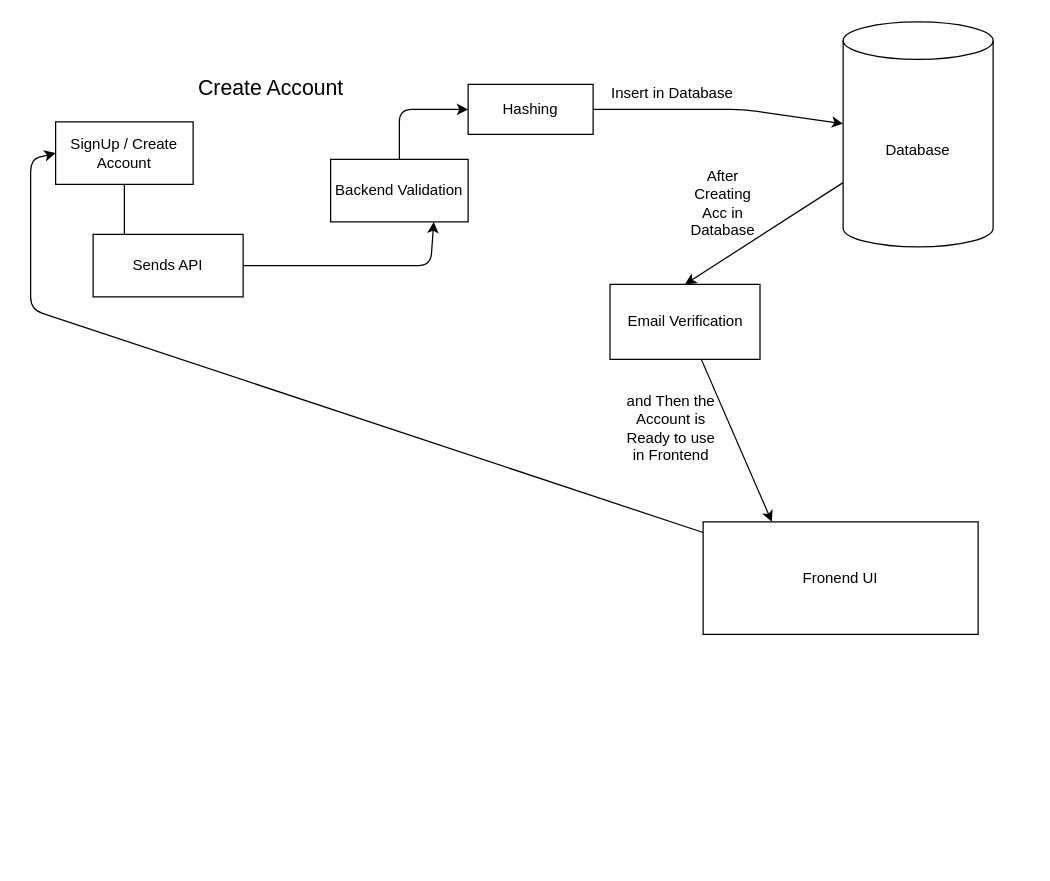
Lawrenzzzzz/uni-lab keeps this draw.io diagram as page "Page-1" (1 of 2) of unilab/backend-workflow.drawio. Above is the earlier version. Source tidied: cells renumbered, new cells numbered last; positions are measured from the earlier drawing's top-left corner, leaving out a move shared by most shapes. Both pictures are drawn from the tidied source at 125%, with x=0, y=0 at pixel (30, 21).
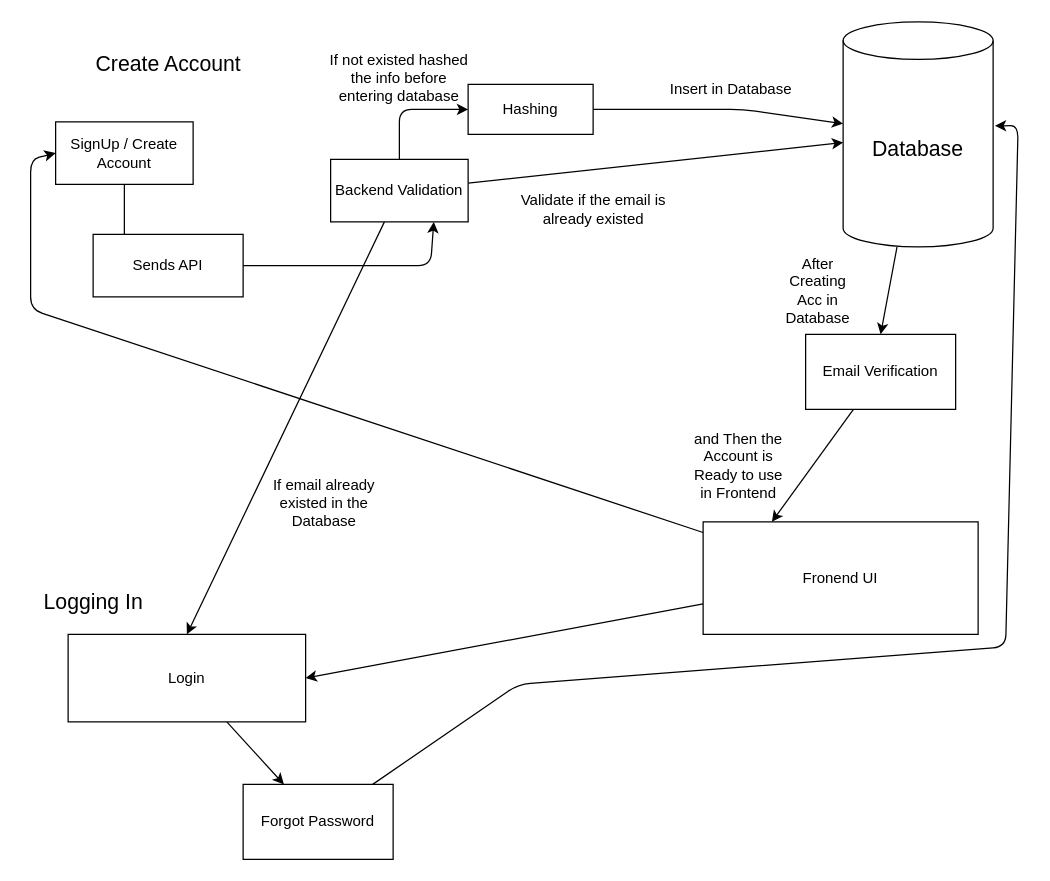
After the change.

The change refers to these unchanged cells:
```xml
<mxCell id="9" value="Backend Validation" style="rounded=0;whiteSpace=wrap;html=1;" parent="1" vertex="1">
  <mxGeometry x="240" y="110" width="110" height="50" as="geometry" />
</mxCell>
<mxCell id="15" value="Fronend UI" style="rounded=0;whiteSpace=wrap;html=1;" parent="1" vertex="1">
  <mxGeometry x="538" y="400" width="220" height="90" as="geometry" />
</mxCell>
```

The edit, as a diff of the source:
```diff
@@
-    <mxCell id="5" value="Database" style="shape=cylinder3;whiteSpace=wrap;html=1;boundedLbl=1;backgroundOutline=1;size=15;" parent="1" vertex="1">
+    <mxCell id="5" value="&lt;font style=&quot;font-size: 17px;&quot;&gt;Database&lt;/font&gt;" style="shape=cylinder3;whiteSpace=wrap;html=1;boundedLbl=1;backgroundOutline=1;size=15;" parent="1" vertex="1">
       <mxGeometry x="650" width="120" height="180" as="geometry" />
     </mxCell>
@@
+    <mxCell id="20" style="edgeStyle=none;html=1;" parent="1" edge="1" source="9" target="5">
+      <mxGeometry relative="1" as="geometry" />
+    </mxCell>
+    <mxCell id="21" style="edgeStyle=none;html=1;entryX=0.5;entryY=0;entryDx=0;entryDy=0;" parent="1" edge="1" source="9" target="26">
+      <mxGeometry relative="1" as="geometry" />
+    </mxCell>
@@
     <mxCell id="12" value="Insert in Database" style="text;html=1;align=center;verticalAlign=middle;strokeColor=none;fillColor=none;" parent="1" vertex="1">
-      <mxGeometry x="453" y="42" width="120" height="30" as="geometry" />
+      <mxGeometry x="500" y="39" width="120" height="30" as="geometry" />
     </mxCell>
     <mxCell id="13" value="&lt;font style=&quot;font-size: 17px;&quot;&gt;Create Account&lt;/font&gt;" style="text;html=1;align=center;verticalAlign=middle;strokeColor=none;fillColor=none;" parent="1" vertex="1">
-      <mxGeometry x="122" y="39" width="140" height="30" as="geometry" />
+      <mxGeometry x="40" y="20" width="140" height="30" as="geometry" />
     </mxCell>
@@
+    <mxCell id="22" style="edgeStyle=none;html=1;entryX=1;entryY=0.5;entryDx=0;entryDy=0;" parent="1" edge="1" source="15" target="26">
+      <mxGeometry relative="1" as="geometry" />
+    </mxCell>
@@
     <mxCell id="17" value="Email Verification" style="rounded=0;whiteSpace=wrap;html=1;" parent="1" vertex="1">
-      <mxGeometry x="463.5" y="210" width="120" height="60" as="geometry" />
+      <mxGeometry x="620" y="250" width="120" height="60" as="geometry" />
     </mxCell>
     <mxCell id="18" value="After Creating Acc in Database" style="text;html=1;align=center;verticalAlign=middle;whiteSpace=wrap;rounded=0;" parent="1" vertex="1">
-      <mxGeometry x="523.5" y="130" width="60" height="30" as="geometry" />
+      <mxGeometry x="600" y="200" width="60" height="30" as="geometry" />
     </mxCell>
     <mxCell id="19" value="and Then the Account is Ready to use in Frontend" style="text;html=1;align=center;verticalAlign=middle;whiteSpace=wrap;rounded=0;" parent="1" vertex="1">
-      <mxGeometry x="475.5" y="310" width="73" height="30" as="geometry" />
+      <mxGeometry x="530" y="340" width="73" height="30" as="geometry" />
     </mxCell>
+    <mxCell id="23" value="Validate if the email is&lt;div&gt;already existed&lt;/div&gt;" style="text;html=1;align=center;verticalAlign=middle;strokeColor=none;fillColor=none;" parent="1" vertex="1">
+      <mxGeometry x="380" y="130" width="140" height="40" as="geometry" />
+    </mxCell>
+    <mxCell id="24" value="If not existed hashed the info before entering database" style="text;html=1;align=center;verticalAlign=middle;whiteSpace=wrap;rounded=0;" parent="1" vertex="1">
+      <mxGeometry x="235" y="30" width="120" height="30" as="geometry" />
+    </mxCell>
+    <mxCell id="25" style="edgeStyle=none;html=1;" parent="1" edge="1" source="26" target="28">
+      <mxGeometry relative="1" as="geometry" />
+    </mxCell>
+    <mxCell id="26" value="Login" style="rounded=0;whiteSpace=wrap;html=1;" parent="1" vertex="1">
+      <mxGeometry x="30" y="490" width="190" height="70" as="geometry" />
+    </mxCell>
+    <mxCell id="27" value="If email already existed in the Database" style="text;html=1;align=center;verticalAlign=middle;whiteSpace=wrap;rounded=0;" parent="1" vertex="1">
+      <mxGeometry x="180" y="370" width="110" height="30" as="geometry" />
+    </mxCell>
+    <mxCell id="28" value="Forgot Password" style="rounded=0;whiteSpace=wrap;html=1;" parent="1" vertex="1">
+      <mxGeometry x="170" y="610" width="120" height="60" as="geometry" />
+    </mxCell>
+    <mxCell id="29" style="edgeStyle=none;html=1;entryX=1.012;entryY=0.462;entryDx=0;entryDy=0;entryPerimeter=0;" parent="1" edge="1" source="28" target="5">
+      <mxGeometry relative="1" as="geometry">
+        <Array as="points">
+          <mxPoint x="390" y="530" />
+          <mxPoint x="780" y="500" />
+          <mxPoint x="790" y="83" />
+        </Array>
+      </mxGeometry>
+    </mxCell>
+    <mxCell id="30" value="&lt;font style=&quot;font-size: 17px;&quot;&gt;Logging In&lt;/font&gt;" style="text;html=1;align=center;verticalAlign=middle;strokeColor=none;fillColor=none;" parent="1" vertex="1">
+      <mxGeometry y="450" width="100" height="30" as="geometry" />
+    </mxCell>
```
